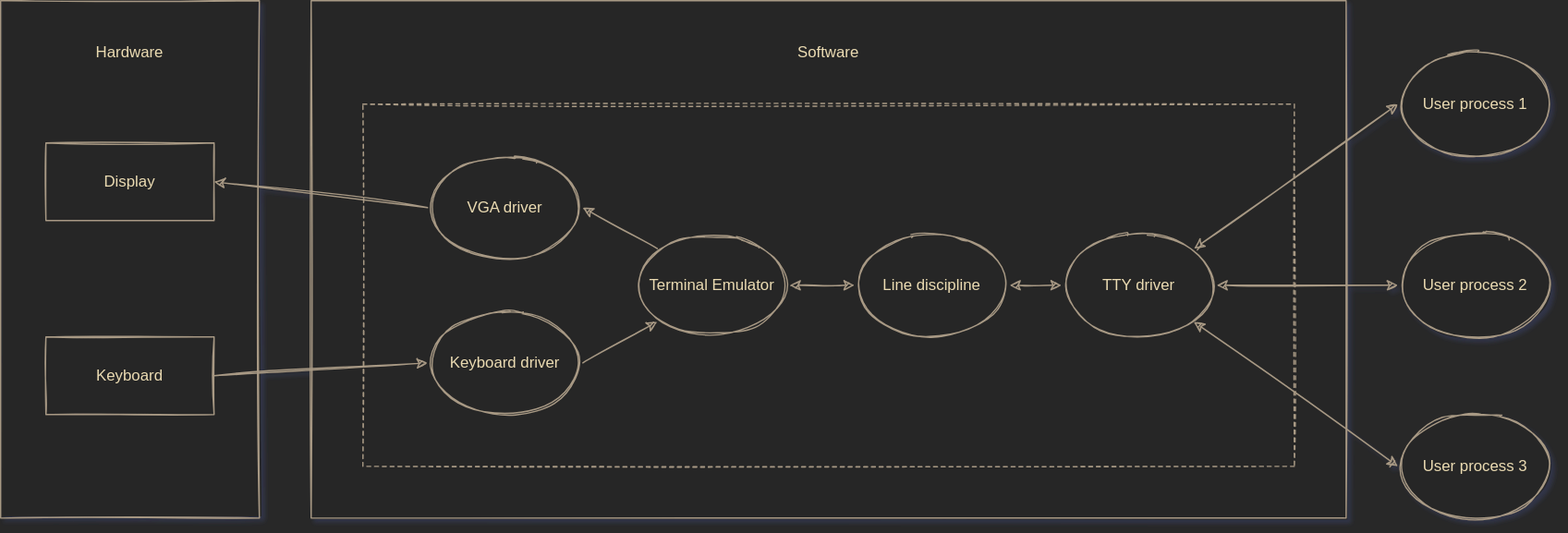
Above: tty-structure.drawio.svg in oliverdding/images (draw.io), before the change. Source tidied: cells renumbered, new cells last; positions are measured from the earlier drawing's top-left corner, leaving out a move shared by most shapes.
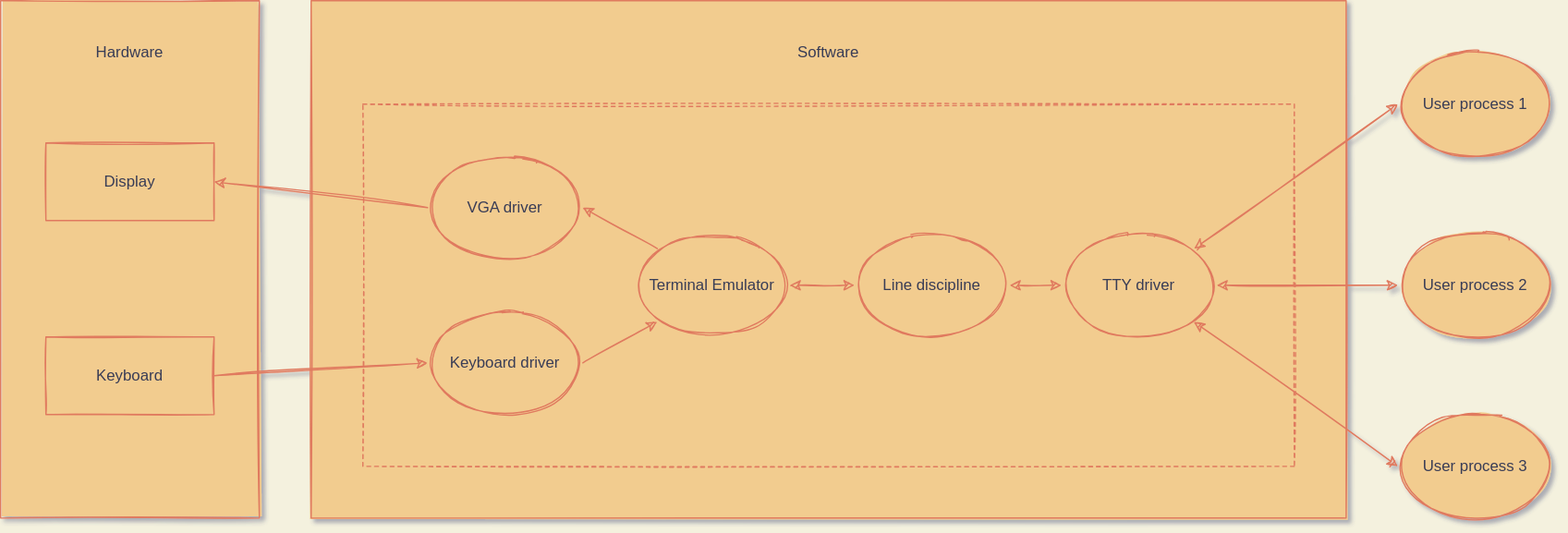
After the commit.

Change to the diagram source:
```diff
@@ -1,77 +1,77 @@
-<mxGraphModel background="#282828" shadow="1">
+<mxGraphModel background="#F4F1DE" shadow="1">
   <root>
     <mxCell id="0" />
     <mxCell id="1" parent="0" />
-    <mxCell id="2" style="rounded=0;whiteSpace=wrap;html=1;sketch=1;fillColor=#282828;fillStyle=solid;strokeColor=#A89984;" parent="1" vertex="1">
+    <mxCell id="2" style="rounded=0;whiteSpace=wrap;html=1;sketch=1;fillColor=#F2CC8F;fillStyle=solid;strokeColor=#E07A5F;fontColor=#393C56;" parent="1" vertex="1">
       <mxGeometry x="240" width="800" height="400" as="geometry" />
     </mxCell>
-    <mxCell id="3" value="User process 1" style="ellipse;whiteSpace=wrap;html=1;sketch=1;fontColor=#EBDBB2;fillColor=#282828;fillStyle=solid;strokeColor=#A89984;" parent="1" vertex="1">
+    <mxCell id="3" value="User process 1" style="ellipse;whiteSpace=wrap;html=1;sketch=1;fontColor=#393C56;fillColor=#F2CC8F;fillStyle=solid;strokeColor=#E07A5F;" parent="1" vertex="1">
       <mxGeometry x="1080" y="40" width="120" height="80" as="geometry" />
     </mxCell>
-    <mxCell id="4" style="rounded=0;whiteSpace=wrap;html=1;sketch=1;fillColor=#282828;fillStyle=solid;strokeColor=#A89984;" parent="1" vertex="1">
+    <mxCell id="4" style="rounded=0;whiteSpace=wrap;html=1;sketch=1;fillColor=#F2CC8F;fillStyle=solid;strokeColor=#E07A5F;fontColor=#393C56;" parent="1" vertex="1">
       <mxGeometry width="200" height="400" as="geometry" />
     </mxCell>
-    <mxCell id="5" value="Hardware" style="text;html=1;strokeColor=none;fillColor=none;align=center;verticalAlign=middle;whiteSpace=wrap;rounded=0;sketch=1;fontColor=#EBDBB2;" parent="1" vertex="1">
+    <mxCell id="5" value="Hardware" style="text;html=1;strokeColor=none;fillColor=none;align=center;verticalAlign=middle;whiteSpace=wrap;rounded=0;sketch=1;fontColor=#393C56;" parent="1" vertex="1">
       <mxGeometry x="80" y="30" width="40" height="20" as="geometry" />
     </mxCell>
-    <mxCell id="6" value="Display" style="rounded=0;whiteSpace=wrap;html=1;sketch=1;fontColor=#EBDBB2;fillColor=#282828;fillStyle=solid;strokeColor=#A89984;" parent="1" vertex="1">
+    <mxCell id="6" value="Display" style="rounded=0;whiteSpace=wrap;html=1;sketch=1;fontColor=#393C56;fillColor=#F2CC8F;fillStyle=solid;strokeColor=#E07A5F;" parent="1" vertex="1">
       <mxGeometry x="35" y="110" width="130" height="60" as="geometry" />
     </mxCell>
-    <mxCell id="7" style="rounded=0;whiteSpace=wrap;html=1;dashed=1;sketch=1;fillColor=#282828;fillStyle=solid;strokeColor=#A89984;" parent="1" vertex="1">
+    <mxCell id="7" style="rounded=0;whiteSpace=wrap;html=1;dashed=1;sketch=1;fillColor=#F2CC8F;fillStyle=solid;strokeColor=#E07A5F;fontColor=#393C56;" parent="1" vertex="1">
       <mxGeometry x="280" y="80" width="720" height="280" as="geometry" />
     </mxCell>
-    <mxCell id="8" style="edgeStyle=none;html=1;exitX=1;exitY=0.5;exitDx=0;exitDy=0;entryX=0;entryY=0.5;entryDx=0;entryDy=0;sketch=1;strokeColor=#A89984;" parent="1" edge="1" source="9" target="13">
+    <mxCell id="8" style="edgeStyle=none;html=1;exitX=1;exitY=0.5;exitDx=0;exitDy=0;entryX=0;entryY=0.5;entryDx=0;entryDy=0;sketch=1;strokeColor=#E07A5F;labelBackgroundColor=#F4F1DE;fontColor=#393C56;" parent="1" edge="1" source="9" target="13">
       <mxGeometry relative="1" as="geometry" />
     </mxCell>
-    <mxCell id="9" value="Keyboard" style="rounded=0;whiteSpace=wrap;html=1;sketch=1;fontColor=#EBDBB2;fillColor=#282828;fillStyle=solid;strokeColor=#A89984;" parent="1" vertex="1">
+    <mxCell id="9" value="Keyboard" style="rounded=0;whiteSpace=wrap;html=1;sketch=1;fontColor=#393C56;fillColor=#F2CC8F;fillStyle=solid;strokeColor=#E07A5F;" parent="1" vertex="1">
       <mxGeometry x="35" y="260" width="130" height="60" as="geometry" />
     </mxCell>
-    <mxCell id="10" style="edgeStyle=none;html=1;exitX=0;exitY=0.5;exitDx=0;exitDy=0;entryX=1;entryY=0.5;entryDx=0;entryDy=0;sketch=1;strokeColor=#A89984;" parent="1" edge="1" source="11" target="6">
+    <mxCell id="10" style="edgeStyle=none;html=1;exitX=0;exitY=0.5;exitDx=0;exitDy=0;entryX=1;entryY=0.5;entryDx=0;entryDy=0;sketch=1;strokeColor=#E07A5F;labelBackgroundColor=#F4F1DE;fontColor=#393C56;" parent="1" edge="1" source="11" target="6">
       <mxGeometry relative="1" as="geometry" />
     </mxCell>
-    <mxCell id="11" value="VGA driver" style="ellipse;whiteSpace=wrap;html=1;sketch=1;fontColor=#EBDBB2;fillColor=#282828;fillStyle=solid;strokeColor=#A89984;" parent="1" vertex="1">
+    <mxCell id="11" value="VGA driver" style="ellipse;whiteSpace=wrap;html=1;sketch=1;fontColor=#393C56;fillColor=#F2CC8F;fillStyle=solid;strokeColor=#E07A5F;" parent="1" vertex="1">
       <mxGeometry x="330" y="120" width="120" height="80" as="geometry" />
     </mxCell>
-    <mxCell id="12" style="edgeStyle=none;html=1;exitX=1;exitY=0.5;exitDx=0;exitDy=0;entryX=0;entryY=1;entryDx=0;entryDy=0;sketch=1;strokeColor=#A89984;" parent="1" edge="1" source="13" target="16">
+    <mxCell id="12" style="edgeStyle=none;html=1;exitX=1;exitY=0.5;exitDx=0;exitDy=0;entryX=0;entryY=1;entryDx=0;entryDy=0;sketch=1;strokeColor=#E07A5F;labelBackgroundColor=#F4F1DE;fontColor=#393C56;" parent="1" edge="1" source="13" target="16">
       <mxGeometry relative="1" as="geometry" />
     </mxCell>
-    <mxCell id="13" value="Keyboard driver" style="ellipse;whiteSpace=wrap;html=1;sketch=1;fontColor=#EBDBB2;fillColor=#282828;fillStyle=solid;strokeColor=#A89984;" parent="1" vertex="1">
+    <mxCell id="13" value="Keyboard driver" style="ellipse;whiteSpace=wrap;html=1;sketch=1;fontColor=#393C56;fillColor=#F2CC8F;fillStyle=solid;strokeColor=#E07A5F;" parent="1" vertex="1">
       <mxGeometry x="330" y="240" width="120" height="80" as="geometry" />
     </mxCell>
-    <mxCell id="14" style="edgeStyle=none;html=1;exitX=0;exitY=0;exitDx=0;exitDy=0;entryX=1;entryY=0.5;entryDx=0;entryDy=0;sketch=1;strokeColor=#A89984;" parent="1" edge="1" source="16" target="11">
+    <mxCell id="14" style="edgeStyle=none;html=1;exitX=0;exitY=0;exitDx=0;exitDy=0;entryX=1;entryY=0.5;entryDx=0;entryDy=0;sketch=1;strokeColor=#E07A5F;labelBackgroundColor=#F4F1DE;fontColor=#393C56;" parent="1" edge="1" source="16" target="11">
       <mxGeometry relative="1" as="geometry" />
     </mxCell>
-    <mxCell id="15" style="edgeStyle=none;html=1;exitX=1;exitY=0.5;exitDx=0;exitDy=0;entryX=0;entryY=0.5;entryDx=0;entryDy=0;startArrow=classic;startFill=1;sketch=1;strokeColor=#A89984;" parent="1" edge="1" source="16" target="18">
+    <mxCell id="15" style="edgeStyle=none;html=1;exitX=1;exitY=0.5;exitDx=0;exitDy=0;entryX=0;entryY=0.5;entryDx=0;entryDy=0;startArrow=classic;startFill=1;sketch=1;strokeColor=#E07A5F;labelBackgroundColor=#F4F1DE;fontColor=#393C56;" parent="1" edge="1" source="16" target="18">
       <mxGeometry relative="1" as="geometry" />
     </mxCell>
-    <mxCell id="16" value="Terminal Emulator" style="ellipse;whiteSpace=wrap;html=1;sketch=1;fontColor=#EBDBB2;fillColor=#282828;fillStyle=solid;strokeColor=#A89984;" parent="1" vertex="1">
+    <mxCell id="16" value="Terminal Emulator" style="ellipse;whiteSpace=wrap;html=1;sketch=1;fontColor=#393C56;fillColor=#F2CC8F;fillStyle=solid;strokeColor=#E07A5F;" parent="1" vertex="1">
       <mxGeometry x="490" y="180" width="120" height="80" as="geometry" />
     </mxCell>
-    <mxCell id="17" style="edgeStyle=none;html=1;exitX=1;exitY=0.5;exitDx=0;exitDy=0;entryX=0;entryY=0.5;entryDx=0;entryDy=0;startArrow=classic;startFill=1;sketch=1;strokeColor=#A89984;" parent="1" edge="1" source="18" target="22">
+    <mxCell id="17" style="edgeStyle=none;html=1;exitX=1;exitY=0.5;exitDx=0;exitDy=0;entryX=0;entryY=0.5;entryDx=0;entryDy=0;startArrow=classic;startFill=1;sketch=1;strokeColor=#E07A5F;labelBackgroundColor=#F4F1DE;fontColor=#393C56;" parent="1" edge="1" source="18" target="22">
       <mxGeometry relative="1" as="geometry" />
     </mxCell>
-    <mxCell id="18" value="Line discipline" style="ellipse;whiteSpace=wrap;html=1;sketch=1;fontColor=#EBDBB2;fillColor=#282828;fillStyle=solid;strokeColor=#A89984;" parent="1" vertex="1">
+    <mxCell id="18" value="Line discipline" style="ellipse;whiteSpace=wrap;html=1;sketch=1;fontColor=#393C56;fillColor=#F2CC8F;fillStyle=solid;strokeColor=#E07A5F;" parent="1" vertex="1">
       <mxGeometry x="660" y="180" width="120" height="80" as="geometry" />
     </mxCell>
-    <mxCell id="19" style="edgeStyle=none;html=1;exitX=1;exitY=0;exitDx=0;exitDy=0;entryX=0;entryY=0.5;entryDx=0;entryDy=0;startArrow=classic;startFill=1;sketch=1;strokeColor=#A89984;" parent="1" edge="1" source="22" target="3">
+    <mxCell id="19" style="edgeStyle=none;html=1;exitX=1;exitY=0;exitDx=0;exitDy=0;entryX=0;entryY=0.5;entryDx=0;entryDy=0;startArrow=classic;startFill=1;sketch=1;strokeColor=#E07A5F;labelBackgroundColor=#F4F1DE;fontColor=#393C56;" parent="1" edge="1" source="22" target="3">
       <mxGeometry relative="1" as="geometry" />
     </mxCell>
-    <mxCell id="20" style="edgeStyle=none;html=1;exitX=1;exitY=0.5;exitDx=0;exitDy=0;entryX=0;entryY=0.5;entryDx=0;entryDy=0;startArrow=classic;startFill=1;sketch=1;strokeColor=#A89984;" parent="1" edge="1" source="22" target="23">
+    <mxCell id="20" style="edgeStyle=none;html=1;exitX=1;exitY=0.5;exitDx=0;exitDy=0;entryX=0;entryY=0.5;entryDx=0;entryDy=0;startArrow=classic;startFill=1;sketch=1;strokeColor=#E07A5F;labelBackgroundColor=#F4F1DE;fontColor=#393C56;" parent="1" edge="1" source="22" target="23">
       <mxGeometry relative="1" as="geometry" />
     </mxCell>
-    <mxCell id="21" style="edgeStyle=none;html=1;exitX=1;exitY=1;exitDx=0;exitDy=0;entryX=0;entryY=0.5;entryDx=0;entryDy=0;startArrow=classic;startFill=1;sketch=1;strokeColor=#A89984;" parent="1" edge="1" source="22" target="24">
+    <mxCell id="21" style="edgeStyle=none;html=1;exitX=1;exitY=1;exitDx=0;exitDy=0;entryX=0;entryY=0.5;entryDx=0;entryDy=0;startArrow=classic;startFill=1;sketch=1;strokeColor=#E07A5F;labelBackgroundColor=#F4F1DE;fontColor=#393C56;" parent="1" edge="1" source="22" target="24">
       <mxGeometry relative="1" as="geometry" />
     </mxCell>
-    <mxCell id="22" value="TTY driver" style="ellipse;whiteSpace=wrap;html=1;sketch=1;fontColor=#EBDBB2;fillColor=#282828;fillStyle=solid;strokeColor=#A89984;" parent="1" vertex="1">
+    <mxCell id="22" value="TTY driver" style="ellipse;whiteSpace=wrap;html=1;sketch=1;fontColor=#393C56;fillColor=#F2CC8F;fillStyle=solid;strokeColor=#E07A5F;" parent="1" vertex="1">
       <mxGeometry x="820" y="180" width="120" height="80" as="geometry" />
     </mxCell>
-    <mxCell id="23" value="User process 2" style="ellipse;whiteSpace=wrap;html=1;sketch=1;fontColor=#EBDBB2;fillColor=#282828;fillStyle=solid;strokeColor=#A89984;" parent="1" vertex="1">
+    <mxCell id="23" value="User process 2" style="ellipse;whiteSpace=wrap;html=1;sketch=1;fontColor=#393C56;fillColor=#F2CC8F;fillStyle=solid;strokeColor=#E07A5F;" parent="1" vertex="1">
       <mxGeometry x="1080" y="180" width="120" height="80" as="geometry" />
     </mxCell>
-    <mxCell id="24" value="User process 3" style="ellipse;whiteSpace=wrap;html=1;sketch=1;fontColor=#EBDBB2;fillColor=#282828;fillStyle=solid;strokeColor=#A89984;" parent="1" vertex="1">
+    <mxCell id="24" value="User process 3" style="ellipse;whiteSpace=wrap;html=1;sketch=1;fontColor=#393C56;fillColor=#F2CC8F;fillStyle=solid;strokeColor=#E07A5F;" parent="1" vertex="1">
       <mxGeometry x="1080" y="320" width="120" height="80" as="geometry" />
     </mxCell>
-    <mxCell id="25" value="Software" style="text;html=1;strokeColor=none;fillColor=none;align=center;verticalAlign=middle;whiteSpace=wrap;rounded=0;sketch=1;fontColor=#EBDBB2;" parent="1" vertex="1">
+    <mxCell id="25" value="Software" style="text;html=1;strokeColor=none;fillColor=none;align=center;verticalAlign=middle;whiteSpace=wrap;rounded=0;sketch=1;fontColor=#393C56;" parent="1" vertex="1">
       <mxGeometry x="620" y="30" width="40" height="20" as="geometry" />
     </mxCell>
   </root>
```
